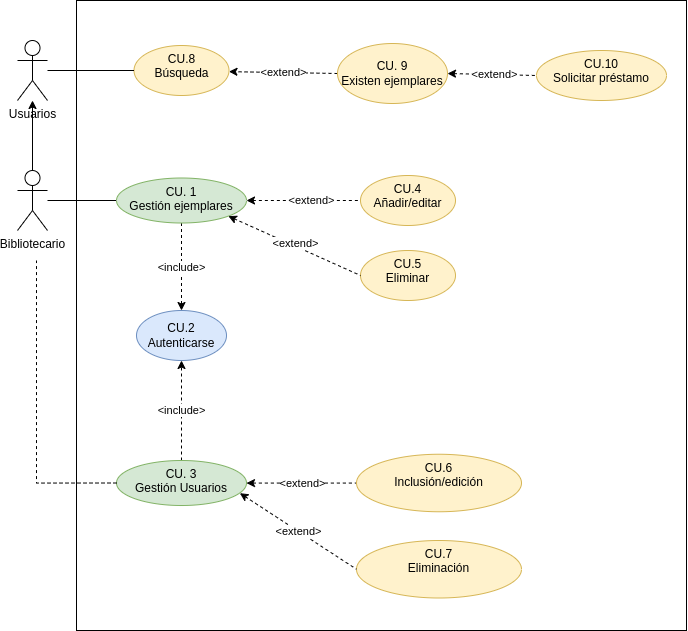
The draw.io diagram Tareas/casosUso/Examen/img/GesBiblioCanarias.drawio.png in colidom/ets, before a commit. Source tidied: cells renumbered, new cells last; positions are measured from the earlier drawing's top-left corner, leaving out a move shared by most shapes.
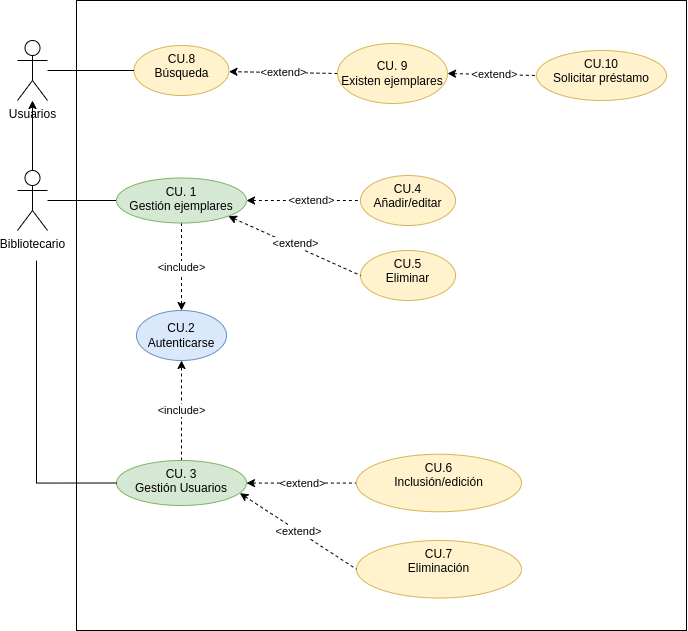
After the commit.

The edit, as a diff of the source:
```diff
@@ -60,7 +60,7 @@
     <mxCell id="19" value="CU.6&lt;br&gt;Inclusión/edición" style="ellipse;whiteSpace=wrap;html=1;verticalAlign=top;fillColor=#fff2cc;strokeColor=#d6b656;" parent="1" vertex="1">
       <mxGeometry x="339" y="453.8" width="165" height="57.5" as="geometry" />
     </mxCell>
-    <mxCell id="20" style="endArrow=none;html=1;rounded=0;dashed=1;exitX=0;exitY=0.5;exitDx=0;exitDy=0;edgeStyle=orthogonalEdgeStyle;endFill=0;" parent="1" edge="1" source="18">
+    <mxCell id="20" style="endArrow=none;html=1;rounded=0;exitX=0;exitY=0.5;exitDx=0;exitDy=0;edgeStyle=orthogonalEdgeStyle;endFill=0;" parent="1" edge="1" source="18">
       <mxGeometry relative="1" as="geometry">
         <mxPoint x="19" y="260" as="targetPoint" />
       </mxGeometry>
```
